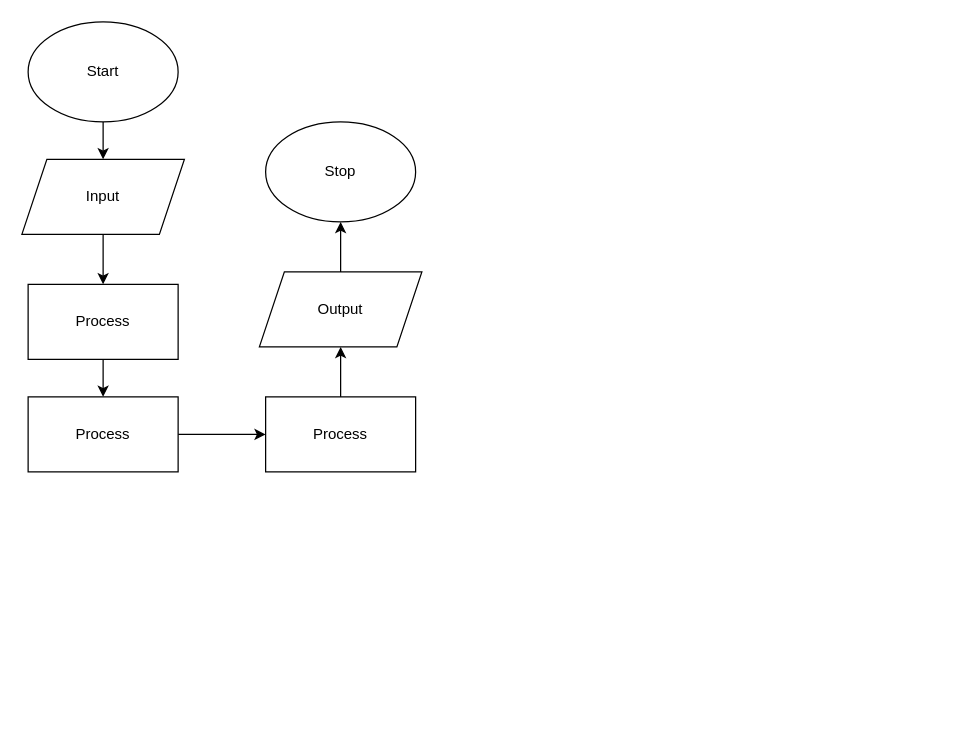
Before: flowchart.drawio in Aleksandr-Ten/ICS3U-Unit3-04-Python, a draw.io diagram. Source tidied: cells renumbered, new cells numbered last; positions are measured from the earlier drawing's top-left corner, leaving out a move shared by most shapes. Both pictures are drawn from the tidied source at 125%, with x=0, y=0 at pixel (21, 21).
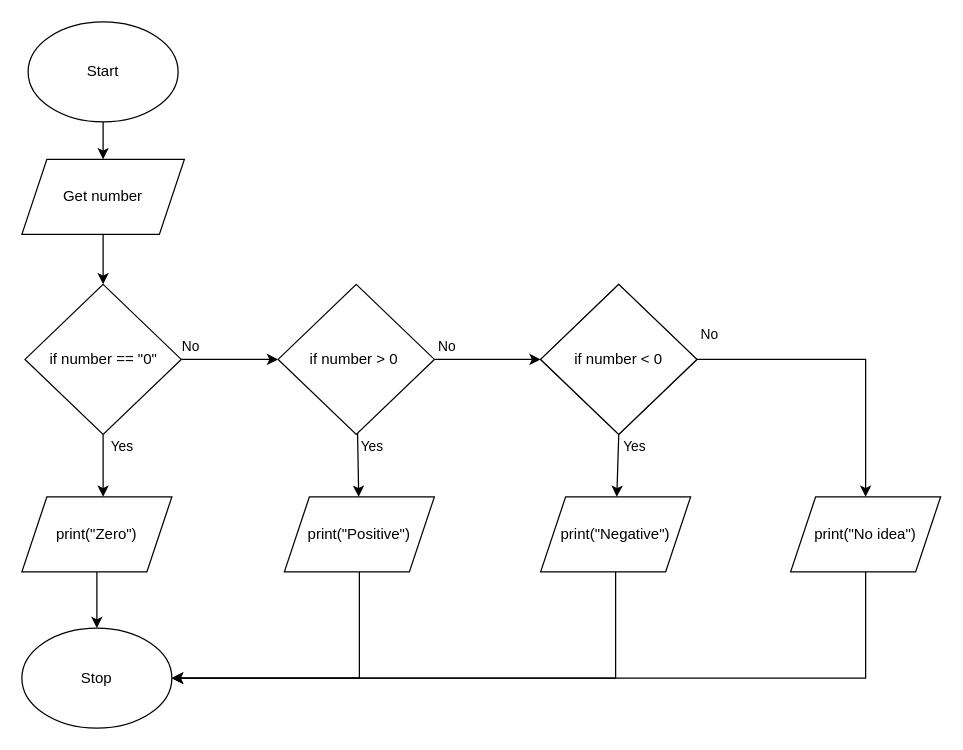
The same page after the edit.

What changed in the source:
```diff
@@
-    <mxCell id="4" style="edgeStyle=none;html=1;exitX=0.5;exitY=1;exitDx=0;exitDy=0;entryX=0.5;entryY=0;entryDx=0;entryDy=0;" parent="1" edge="1" source="5" target="7">
-      <mxGeometry relative="1" as="geometry" />
+    <mxCell id="4" style="edgeStyle=none;html=1;exitX=0.5;exitY=1;exitDx=0;exitDy=0;entryX=0.5;entryY=0;entryDx=0;entryDy=0;" parent="1" edge="1" source="5">
+      <mxGeometry relative="1" as="geometry">
+        <mxPoint x="65" y="210" as="targetPoint" />
+      </mxGeometry>
     </mxCell>
-    <mxCell id="5" value="Input" style="shape=parallelogram;perimeter=parallelogramPerimeter;whiteSpace=wrap;html=1;fixedSize=1;" parent="1" vertex="1">
+    <mxCell id="5" value="Get number" style="shape=parallelogram;perimeter=parallelogramPerimeter;whiteSpace=wrap;html=1;fixedSize=1;" parent="1" vertex="1">
       <mxGeometry y="110" width="130" height="60" as="geometry" />
     </mxCell>
-    <mxCell id="6" style="edgeStyle=none;html=1;exitX=0.5;exitY=1;exitDx=0;exitDy=0;" parent="1" edge="1" source="7" target="9">
-      <mxGeometry relative="1" as="geometry" />
-    </mxCell>
-    <mxCell id="7" value="Process" style="rounded=0;whiteSpace=wrap;html=1;" parent="1" vertex="1">
-      <mxGeometry x="5" y="210" width="120" height="60" as="geometry" />
-    </mxCell>
-    <mxCell id="8" style="edgeStyle=none;html=1;exitX=1;exitY=0.5;exitDx=0;exitDy=0;entryX=0;entryY=0.5;entryDx=0;entryDy=0;" parent="1" edge="1" source="9" target="11">
-      <mxGeometry relative="1" as="geometry" />
-    </mxCell>
-    <mxCell id="9" value="Process" style="rounded=0;whiteSpace=wrap;html=1;" parent="1" vertex="1">
-      <mxGeometry x="5" y="300" width="120" height="60" as="geometry" />
-    </mxCell>
-    <mxCell id="10" style="edgeStyle=none;html=1;exitX=0.5;exitY=0;exitDx=0;exitDy=0;" parent="1" edge="1" source="11" target="13">
-      <mxGeometry relative="1" as="geometry" />
-    </mxCell>
-    <mxCell id="11" value="Process" style="rounded=0;whiteSpace=wrap;html=1;" parent="1" vertex="1">
-      <mxGeometry x="195" y="300" width="120" height="60" as="geometry" />
-    </mxCell>
+    <mxCell id="15" style="edgeStyle=none;html=1;startArrow=none;" parent="1" edge="1" source="12" target="19">
+      <mxGeometry relative="1" as="geometry" />
+    </mxCell>
+    <mxCell id="16" style="edgeStyle=none;html=1;" parent="1" edge="1" source="12">
+      <mxGeometry relative="1" as="geometry">
+        <mxPoint x="65" y="380" as="targetPoint" />
+      </mxGeometry>
+    </mxCell>
-    <mxCell id="12" style="edgeStyle=none;html=1;" parent="1" edge="1" source="13" target="14">
-      <mxGeometry relative="1" as="geometry" />
+    <mxCell id="12" value="if number == &quot;0&quot;" style="rhombus;whiteSpace=wrap;html=1;" parent="1" vertex="1">
+      <mxGeometry x="2.5" y="210" width="125" height="120" as="geometry" />
     </mxCell>
-    <mxCell id="13" value="Output" style="shape=parallelogram;perimeter=parallelogramPerimeter;whiteSpace=wrap;html=1;fixedSize=1;" parent="1" vertex="1">
-      <mxGeometry x="190" y="200" width="130" height="60" as="geometry" />
-    </mxCell>
+    <mxCell id="17" style="edgeStyle=none;html=1;" parent="1" edge="1" source="19" target="23">
+      <mxGeometry relative="1" as="geometry" />
+    </mxCell>
+    <mxCell id="18" style="edgeStyle=none;html=1;" parent="1" edge="1" source="19" target="27">
+      <mxGeometry relative="1" as="geometry" />
+    </mxCell>
+    <mxCell id="19" value="if number&amp;nbsp;&amp;gt; 0&amp;nbsp;" style="rhombus;whiteSpace=wrap;html=1;" parent="1" vertex="1">
+      <mxGeometry x="205" y="210" width="125" height="120" as="geometry" />
+    </mxCell>
+    <mxCell id="20" style="rhombus;whiteSpace=wrap;html=1;" parent="1" vertex="1">
+      <mxGeometry x="415" y="210" width="125" height="120" as="geometry" />
+    </mxCell>
+    <mxCell id="21" style="edgeStyle=none;html=1;exitX=0.5;exitY=1;exitDx=0;exitDy=0;" parent="1" edge="1" source="23" target="29">
+      <mxGeometry relative="1" as="geometry" />
+    </mxCell>
+    <mxCell id="22" style="edgeStyle=orthogonalEdgeStyle;shape=connector;rounded=0;html=1;labelBackgroundColor=default;fontFamily=Helvetica;fontSize=11;fontColor=default;endArrow=classic;strokeColor=default;entryX=0.5;entryY=0;entryDx=0;entryDy=0;" parent="1" edge="1" source="23" target="38">
+      <mxGeometry relative="1" as="geometry" />
+    </mxCell>
+    <mxCell id="23" value="if number &amp;lt; 0" style="rhombus;whiteSpace=wrap;html=1;" parent="1" vertex="1">
+      <mxGeometry x="415" y="210" width="125" height="120" as="geometry" />
+    </mxCell>
+    <mxCell id="24" style="edgeStyle=none;html=1;exitX=0.5;exitY=1;exitDx=0;exitDy=0;" parent="1" edge="1" source="25" target="14">
+      <mxGeometry relative="1" as="geometry" />
+    </mxCell>
+    <mxCell id="25" value="print(&quot;Zero&quot;)" style="shape=parallelogram;perimeter=parallelogramPerimeter;whiteSpace=wrap;html=1;fixedSize=1;" parent="1" vertex="1">
+      <mxGeometry y="380" width="120" height="60" as="geometry" />
+    </mxCell>
+    <mxCell id="26" style="edgeStyle=orthogonalEdgeStyle;html=1;exitX=0.5;exitY=1;exitDx=0;exitDy=0;entryX=1;entryY=0.5;entryDx=0;entryDy=0;rounded=0;" parent="1" edge="1" source="27" target="14">
+      <mxGeometry relative="1" as="geometry" />
+    </mxCell>
+    <mxCell id="27" value="print(&quot;Positive&quot;)" style="shape=parallelogram;perimeter=parallelogramPerimeter;whiteSpace=wrap;html=1;fixedSize=1;" parent="1" vertex="1">
+      <mxGeometry x="210" y="380" width="120" height="60" as="geometry" />
+    </mxCell>
+    <mxCell id="28" style="edgeStyle=orthogonalEdgeStyle;shape=connector;rounded=0;html=1;exitX=0.5;exitY=1;exitDx=0;exitDy=0;labelBackgroundColor=default;fontFamily=Helvetica;fontSize=11;fontColor=default;endArrow=classic;strokeColor=default;entryX=1;entryY=0.5;entryDx=0;entryDy=0;" parent="1" edge="1" source="29" target="14">
+      <mxGeometry relative="1" as="geometry" />
+    </mxCell>
+    <mxCell id="29" value="print(&quot;Negative&quot;)" style="shape=parallelogram;perimeter=parallelogramPerimeter;whiteSpace=wrap;html=1;fixedSize=1;" parent="1" vertex="1">
+      <mxGeometry x="415" y="380" width="120" height="60" as="geometry" />
+    </mxCell>
     <mxCell id="14" value="Stop" style="ellipse;whiteSpace=wrap;html=1;" parent="1" vertex="1">
-      <mxGeometry x="195" y="80" width="120" height="80" as="geometry" />
+      <mxGeometry y="485" width="120" height="80" as="geometry" />
     </mxCell>
+    <mxCell id="30" style="edgeStyle=none;html=1;exitX=1;exitY=0.5;exitDx=0;exitDy=0;endArrow=none;" parent="1" edge="1" source="12">
+      <mxGeometry relative="1" as="geometry">
+        <mxPoint x="127.5" y="270" as="targetPoint" />
+      </mxGeometry>
+    </mxCell>
+    <mxCell id="31" value="Yes" style="text;html=1;align=center;verticalAlign=middle;fillColor=none;strokeColor=none;rounded=0;fontFamily=Helvetica;fontSize=11;fontColor=default;" parent="1" vertex="1">
+      <mxGeometry x="65" y="330" width="30" height="20" as="geometry" />
+    </mxCell>
+    <mxCell id="32" value="Yes" style="text;html=1;align=center;verticalAlign=middle;fillColor=none;strokeColor=none;rounded=0;fontFamily=Helvetica;fontSize=11;fontColor=default;" parent="1" vertex="1">
+      <mxGeometry x="265" y="330" width="30" height="20" as="geometry" />
+    </mxCell>
+    <mxCell id="33" value="No" style="text;html=1;align=center;verticalAlign=middle;fillColor=none;strokeColor=none;rounded=0;fontFamily=Helvetica;fontSize=11;fontColor=default;" parent="1" vertex="1">
+      <mxGeometry x="120" y="250" width="30" height="20" as="geometry" />
+    </mxCell>
+    <mxCell id="34" value="No" style="text;html=1;align=center;verticalAlign=middle;fillColor=none;strokeColor=none;rounded=0;fontFamily=Helvetica;fontSize=11;fontColor=default;" parent="1" vertex="1">
+      <mxGeometry x="325" y="250" width="30" height="20" as="geometry" />
+    </mxCell>
+    <mxCell id="35" value="No" style="text;html=1;align=center;verticalAlign=middle;fillColor=none;strokeColor=none;rounded=0;fontFamily=Helvetica;fontSize=11;fontColor=default;" parent="1" vertex="1">
+      <mxGeometry x="535" y="240" width="30" height="20" as="geometry" />
+    </mxCell>
+    <mxCell id="36" value="Yes" style="text;html=1;align=center;verticalAlign=middle;fillColor=none;strokeColor=none;rounded=0;fontFamily=Helvetica;fontSize=11;fontColor=default;" parent="1" vertex="1">
+      <mxGeometry x="475" y="330" width="30" height="20" as="geometry" />
+    </mxCell>
+    <mxCell id="37" style="edgeStyle=orthogonalEdgeStyle;shape=connector;rounded=0;html=1;labelBackgroundColor=default;fontFamily=Helvetica;fontSize=11;fontColor=default;endArrow=classic;strokeColor=default;entryX=1;entryY=0.5;entryDx=0;entryDy=0;" parent="1" edge="1" source="38" target="14">
+      <mxGeometry relative="1" as="geometry">
+        <Array as="points">
+          <mxPoint x="675" y="525" />
+        </Array>
+      </mxGeometry>
+    </mxCell>
+    <mxCell id="38" value="print(&quot;No idea&quot;)" style="shape=parallelogram;perimeter=parallelogramPerimeter;whiteSpace=wrap;html=1;fixedSize=1;" parent="1" vertex="1">
+      <mxGeometry x="615" y="380" width="120" height="60" as="geometry" />
+    </mxCell>
```
